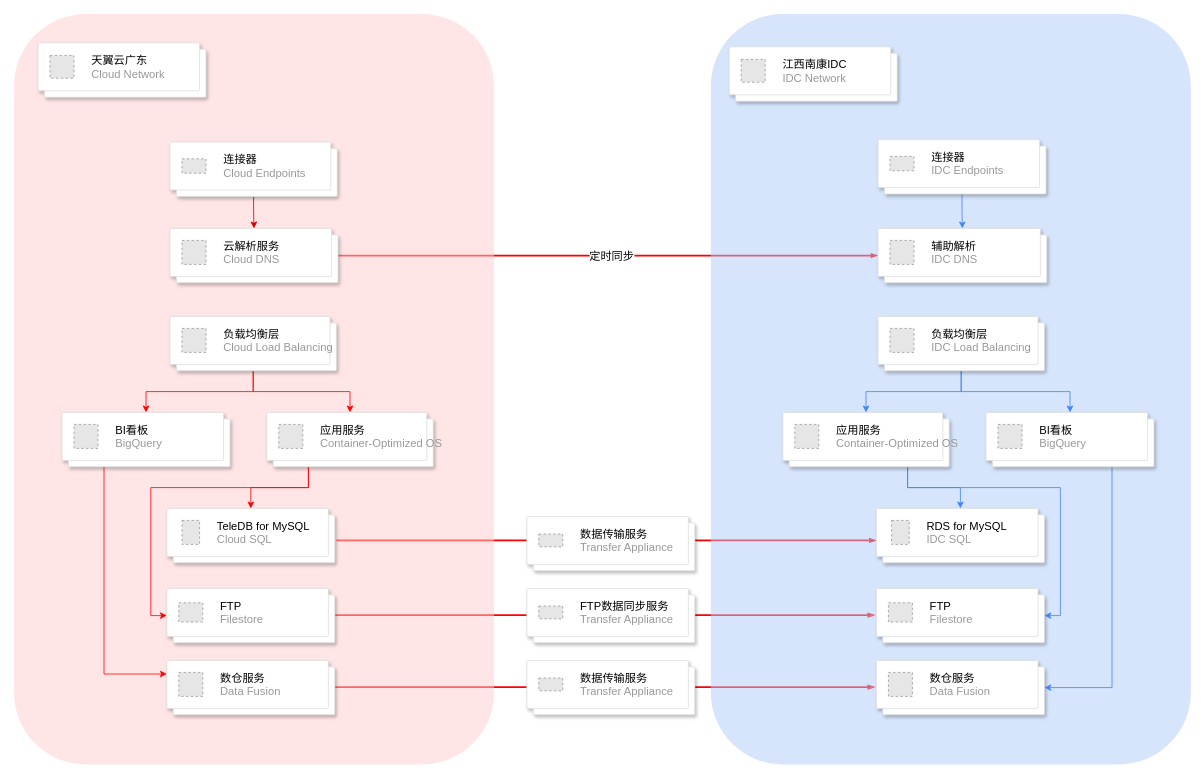
Above: page "第 1 页" (1 of 2) of 洋臣架构.drawio in MyselfblueKAMI/drawpub (draw.io), before the change. Source tidied: cells renumbered, new cells numbered last; positions are measured from the earlier drawing's top-left corner, leaving out a move shared by most shapes. Both pictures are drawn from the tidied source at 80%, with x=0, y=0 at pixel (14, 14). Pictures stored in the file or linked from it are replaced by grey dashed boxes.
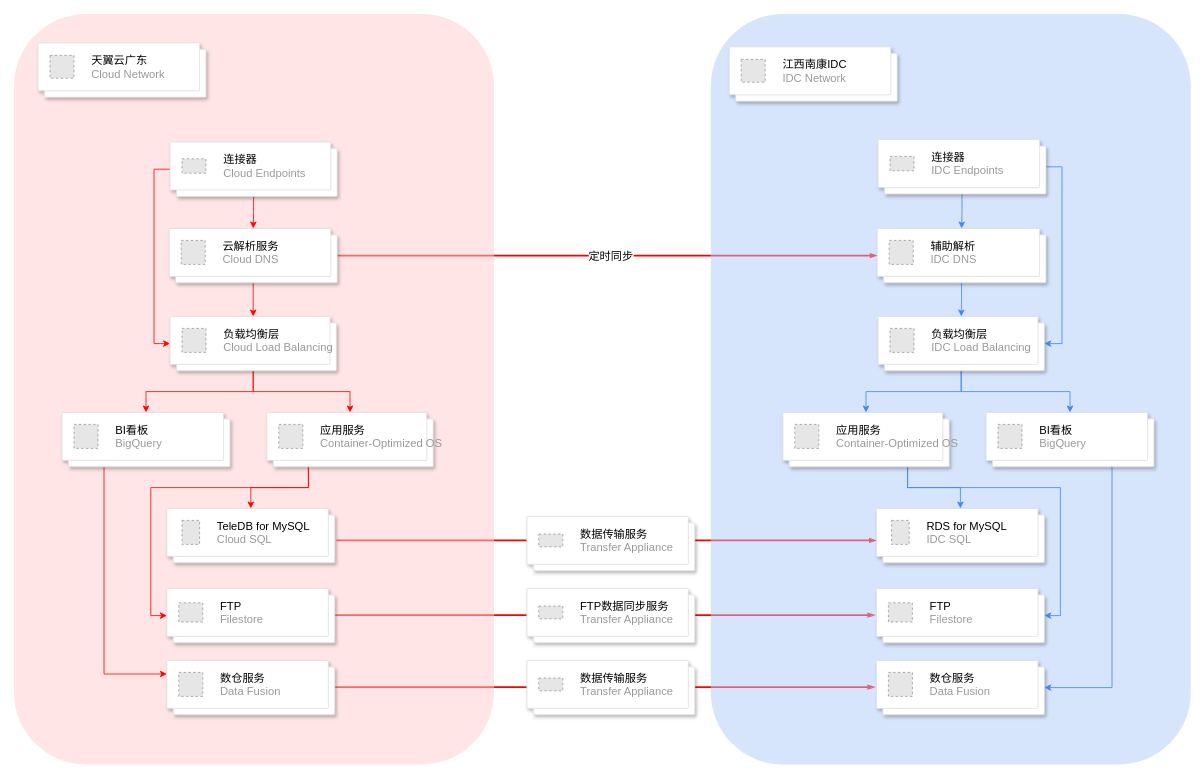
The same diagram, later.

Commit message (it also covers changes not shown here):
更新洋臣架构.drawio

Unchanged cells that the change refers to:
```xml
<mxCell id="15" style="shape=mxgraph.gcp2.doubleRect;fillColor=#ffffff;strokeColor=#dddddd;shadow=1;strokeWidth=1;rounded=1;absoluteArcSize=1;arcSize=2;fontSize=14;" parent="1" vertex="1">
  <mxGeometry x="195" y="378" width="208" height="68" as="geometry" />
</mxCell>
<mxCell id="34" style="shape=mxgraph.gcp2.doubleRect;fillColor=#ffffff;strokeColor=#dddddd;shadow=1;strokeWidth=1;rounded=1;absoluteArcSize=1;arcSize=2;fontSize=14;" parent="1" vertex="1">
  <mxGeometry x="1080" y="378" width="208" height="68" as="geometry" />
</mxCell>
<mxCell id="58" style="shape=mxgraph.gcp2.doubleRect;fillColor=#ffffff;strokeColor=#dddddd;shadow=1;strokeWidth=1;rounded=1;absoluteArcSize=1;arcSize=2;" parent="1" vertex="1">
  <mxGeometry x="195" y="160" width="209" height="68" as="geometry" />
</mxCell>
<mxCell id="61" style="shape=mxgraph.gcp2.doubleRect;fillColor=#ffffff;strokeColor=#dddddd;shadow=1;strokeWidth=1;rounded=1;absoluteArcSize=1;arcSize=2;" parent="1" vertex="1">
  <mxGeometry x="1080" y="157" width="210" height="68" as="geometry" />
</mxCell>
```

The edit, as a diff of the source:
```diff
@@
+    <mxCell id="63" style="edgeStyle=orthogonalEdgeStyle;rounded=0;jettySize=auto;html=1;exitX=0.5;exitY=1;exitDx=0;exitDy=0;entryX=0.5;entryY=0;entryDx=0;entryDy=0;strokeColor=#FF0000;" parent="1" edge="1" source="9" target="15">
+      <mxGeometry relative="1" as="geometry" />
+    </mxCell>
     <mxCell id="9" style="shape=mxgraph.gcp2.doubleRect;fillColor=#ffffff;strokeColor=#dddddd;shadow=1;strokeWidth=1;rounded=1;absoluteArcSize=1;arcSize=2;fontSize=14;" parent="1" vertex="1">
-      <mxGeometry x="195" y="268" width="210" height="68" as="geometry" />
+      <mxGeometry x="194" y="268" width="210" height="68" as="geometry" />
     </mxCell>
@@
+    <mxCell id="64" style="edgeStyle=orthogonalEdgeStyle;rounded=0;jettySize=auto;html=1;exitX=0.5;exitY=1;exitDx=0;exitDy=0;entryX=0.5;entryY=0;entryDx=0;entryDy=0;strokeColor=#4284F3;" parent="1" edge="1" source="51" target="34">
+      <mxGeometry relative="1" as="geometry" />
+    </mxCell>
     <mxCell id="51" style="shape=mxgraph.gcp2.doubleRect;fillColor=#ffffff;strokeColor=#dddddd;shadow=1;strokeWidth=1;rounded=1;absoluteArcSize=1;arcSize=2;fontSize=14;" parent="1" vertex="1">
-      <mxGeometry x="1080" y="268" width="211" height="68" as="geometry" />
+      <mxGeometry x="1079" y="268" width="211" height="68" as="geometry" />
     </mxCell>
@@
-    <mxCell id="57" style="edgeStyle=orthogonalEdgeStyle;rounded=0;jettySize=auto;html=1;exitX=0.5;exitY=1;exitDx=0;exitDy=0;entryX=0.5;entryY=0;entryDx=0;entryDy=0;strokeColor=#CC0000;" parent="1" edge="1" source="58" target="9">
+    <mxCell id="57" style="edgeStyle=orthogonalEdgeStyle;rounded=0;jettySize=auto;html=1;exitX=0.5;exitY=1;exitDx=0;exitDy=0;entryX=0.5;entryY=0;entryDx=0;entryDy=0;strokeColor=#FF0000;" parent="1" edge="1" source="58" target="9">
       <mxGeometry relative="1" as="geometry" />
     </mxCell>
+    <mxCell id="65" style="edgeStyle=orthogonalEdgeStyle;rounded=0;jettySize=auto;html=1;exitX=0;exitY=0.5;exitDx=0;exitDy=0;entryX=0;entryY=0.5;entryDx=0;entryDy=0;strokeColor=#FF0000;" parent="1" edge="1" source="58" target="15">
+      <mxGeometry relative="1" as="geometry" />
+    </mxCell>
@@
+    <mxCell id="66" style="edgeStyle=orthogonalEdgeStyle;rounded=0;jettySize=auto;html=1;exitX=1;exitY=0.5;exitDx=0;exitDy=0;entryX=1;entryY=0.5;entryDx=0;entryDy=0;strokeColor=#4284F3;" parent="1" edge="1" source="61" target="34">
+      <mxGeometry relative="1" as="geometry" />
+    </mxCell>
```
